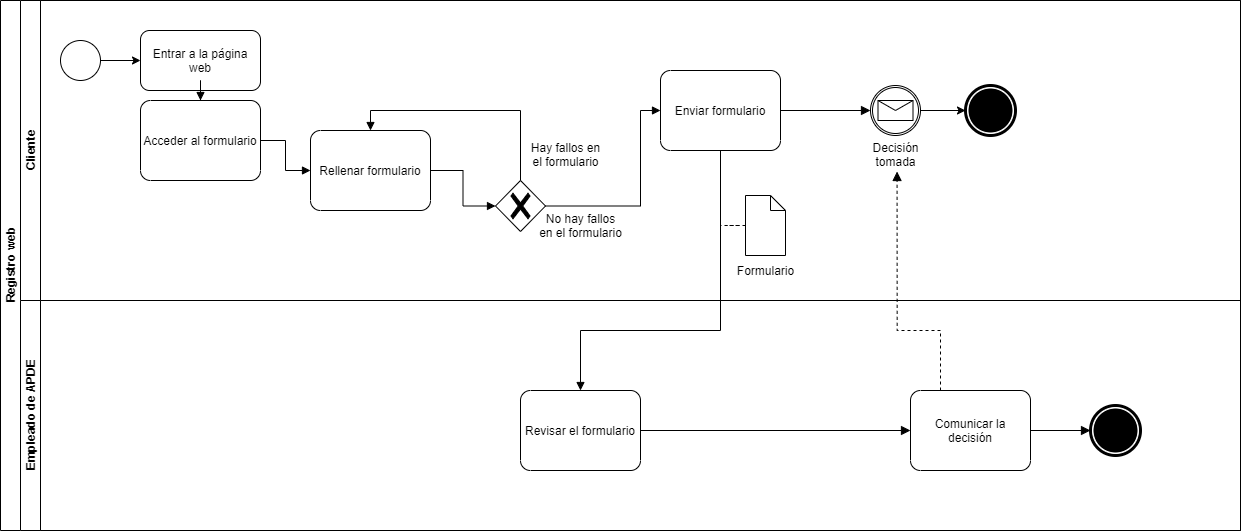
TheNeoStormZ/super-REMORY keeps this draw.io diagram as Proyecto en REM/image/servicio_registro_web.png. Above is the earlier version. Source tidied: cells renumbered, new cells last; positions are measured from the earlier drawing's top-left corner, leaving out a move shared by most shapes. Its diagram source:
```xml
<mxGraphModel>
  <root>
    <mxCell id="0" />
    <mxCell id="1" parent="0" />
    <mxCell id="2" value="Registro web" style="swimlane;html=1;horizontal=0;startSize=20;" parent="1" vertex="1">
      <mxGeometry width="1240" height="530" as="geometry" />
    </mxCell>
    <mxCell id="3" value="Cliente" style="swimlane;html=1;startSize=20;horizontal=0;" parent="2" vertex="1">
      <mxGeometry x="20" width="1220" height="300" as="geometry" />
    </mxCell>
    <mxCell id="4" style="edgeStyle=orthogonalEdgeStyle;rounded=0;jettySize=auto;html=1;" parent="3" edge="1" source="5">
      <mxGeometry relative="1" as="geometry">
        <mxPoint x="120" y="60" as="targetPoint" />
      </mxGeometry>
    </mxCell>
    <mxCell id="5" style="ellipse;whiteSpace=wrap;html=1;" parent="3" vertex="1">
      <mxGeometry x="40" y="40" width="40" height="40" as="geometry" />
    </mxCell>
    <mxCell id="6" value="Entrar a la página web" style="rounded=1;whiteSpace=wrap;html=1;" parent="3" vertex="1">
      <mxGeometry x="120" y="30" width="120" height="60" as="geometry" />
    </mxCell>
    <mxCell id="7" value="Rellenar formulario" style="points=[[0.25,0,0],[0.5,0,0],[0.75,0,0],[1,0.25,0],[1,0.5,0],[1,0.75,0],[0.75,1,0],[0.5,1,0],[0.25,1,0],[0,0.75,0],[0,0.5,0],[0,0.25,0]];shape=mxgraph.bpmn.task;whiteSpace=wrap;rectStyle=rounded;size=10;taskMarker=abstract;" parent="3" vertex="1">
      <mxGeometry x="290" y="130" width="120" height="80" as="geometry" />
    </mxCell>
    <mxCell id="8" style="edgeStyle=orthogonalEdgeStyle;rounded=0;jettySize=auto;html=1;startArrow=none;startFill=0;endArrow=block;endFill=1;startSize=2;endSize=7;" parent="3" edge="1" source="9" target="17">
      <mxGeometry relative="1" as="geometry" />
    </mxCell>
    <mxCell id="9" value="Enviar formulario" style="points=[[0.25,0,0],[0.5,0,0],[0.75,0,0],[1,0.25,0],[1,0.5,0],[1,0.75,0],[0.75,1,0],[0.5,1,0],[0.25,1,0],[0,0.75,0],[0,0.5,0],[0,0.25,0]];shape=mxgraph.bpmn.task;whiteSpace=wrap;rectStyle=rounded;size=10;taskMarker=abstract;" parent="3" vertex="1">
      <mxGeometry x="640" y="70" width="120" height="80" as="geometry" />
    </mxCell>
    <mxCell id="10" style="edgeStyle=orthogonalEdgeStyle;rounded=0;jettySize=auto;html=1;endArrow=block;endFill=1;entryX=0;entryY=0.5;entryDx=0;entryDy=0;entryPerimeter=0;" parent="3" edge="1" source="7" target="12">
      <mxGeometry relative="1" as="geometry" />
    </mxCell>
    <mxCell id="11" style="edgeStyle=orthogonalEdgeStyle;rounded=0;jettySize=auto;html=1;entryX=0;entryY=0.5;entryDx=0;entryDy=0;entryPerimeter=0;endArrow=block;endFill=1;" parent="3" edge="1" source="12" target="9">
      <mxGeometry relative="1" as="geometry">
        <Array as="points">
          <mxPoint x="620" y="206" />
          <mxPoint x="620" y="110" />
        </Array>
      </mxGeometry>
    </mxCell>
    <mxCell id="12" style="points=[[0.25,0.25,0],[0.5,0,0],[0.75,0.25,0],[1,0.5,0],[0.75,0.75,0],[0.5,1,0],[0.25,0.75,0],[0,0.5,0]];shape=mxgraph.bpmn.gateway2;html=1;verticalLabelPosition=bottom;labelBackgroundColor=#ffffff;verticalAlign=top;align=center;perimeter=rhombusPerimeter;outlineConnect=0;outline=none;symbol=none;gwType=exclusive;" parent="3" vertex="1">
      <mxGeometry x="475" y="180" width="50" height="51" as="geometry" />
    </mxCell>
    <mxCell id="13" style="edgeStyle=orthogonalEdgeStyle;rounded=0;jettySize=auto;html=1;endArrow=none;endFill=0;startArrow=block;startFill=1;entryX=0.5;entryY=0;entryDx=0;entryDy=0;entryPerimeter=0;exitX=0.5;exitY=0;exitDx=0;exitDy=0;exitPerimeter=0;" parent="3" edge="1" source="7" target="12">
      <mxGeometry relative="1" as="geometry" />
    </mxCell>
    <mxCell id="14" value="No hay fallos&lt;br&gt;en el formulario" style="text;html=1;align=center;verticalAlign=middle;strokeColor=none;fillColor=none;" parent="3" vertex="1">
      <mxGeometry x="510" y="210" width="100" height="30" as="geometry" />
    </mxCell>
    <mxCell id="15" value="Hay fallos en&lt;br&gt;el formulario" style="text;html=1;align=center;verticalAlign=middle;strokeColor=none;fillColor=none;" parent="3" vertex="1">
      <mxGeometry x="500" y="139" width="90" height="30" as="geometry" />
    </mxCell>
    <mxCell id="16" value="Formulario" style="text;html=1;align=center;verticalAlign=middle;strokeColor=none;fillColor=none;" parent="3" vertex="1">
      <mxGeometry x="710" y="260" width="70" height="20" as="geometry" />
    </mxCell>
    <mxCell id="17" style="points=[[0.145,0.145,0],[0.5,0,0],[0.855,0.145,0],[1,0.5,0],[0.855,0.855,0],[0.5,1,0],[0.145,0.855,0],[0,0.5,0]];shape=mxgraph.bpmn.event;html=1;verticalLabelPosition=bottom;labelBackgroundColor=#ffffff;verticalAlign=top;align=center;perimeter=ellipsePerimeter;outlineConnect=0;outline=boundInt;symbol=message;" parent="3" vertex="1">
      <mxGeometry x="850" y="85" width="50" height="50" as="geometry" />
    </mxCell>
    <mxCell id="18" value="Decisión&lt;br&gt;tomada" style="text;html=1;align=center;verticalAlign=middle;points=[];strokeColor=none;fillColor=none;" parent="3" vertex="1">
      <mxGeometry x="845" y="139" width="60" height="30" as="geometry" />
    </mxCell>
    <mxCell id="19" style="points=[[0.145,0.145,0],[0.5,0,0],[0.855,0.145,0],[1,0.5,0],[0.855,0.855,0],[0.5,1,0],[0.145,0.855,0],[0,0.5,0]];shape=mxgraph.bpmn.event;html=1;verticalLabelPosition=bottom;labelBackgroundColor=#ffffff;verticalAlign=top;align=center;perimeter=ellipsePerimeter;outlineConnect=0;outline=end;symbol=terminate;" parent="3" vertex="1">
      <mxGeometry x="945" y="85" width="50" height="50" as="geometry" />
    </mxCell>
    <mxCell id="20" style="edgeStyle=orthogonalEdgeStyle;rounded=0;jettySize=auto;html=1;startArrow=none;startFill=0;endArrow=classic;endFill=1;" parent="3" edge="1" source="17" target="19">
      <mxGeometry relative="1" as="geometry" />
    </mxCell>
    <mxCell id="21" style="shape=mxgraph.bpmn.data;labelPosition=center;verticalLabelPosition=bottom;align=center;verticalAlign=top;whiteSpace=wrap;size=15;html=1;" parent="3" vertex="1">
      <mxGeometry x="725" y="195" width="40" height="60" as="geometry" />
    </mxCell>
    <mxCell id="22" style="edgeStyle=orthogonalEdgeStyle;rounded=0;jettySize=auto;html=1;startArrow=none;startFill=0;endArrow=block;endFill=1;startSize=2;endSize=7;entryX=0.526;entryY=1.067;entryDx=0;entryDy=0;entryPerimeter=0;dashed=1;exitX=0.5;exitY=0;exitDx=0;exitDy=0;exitPerimeter=0;" parent="2" edge="1" source="26" target="18">
      <mxGeometry relative="1" as="geometry">
        <Array as="points">
          <mxPoint x="940" y="330" />
          <mxPoint x="897" y="330" />
        </Array>
      </mxGeometry>
    </mxCell>
    <mxCell id="23" value="Empleado de APDE" style="swimlane;html=1;startSize=20;horizontal=0;" parent="2" vertex="1">
      <mxGeometry x="20" y="300" width="1220" height="230" as="geometry" />
    </mxCell>
    <mxCell id="24" style="edgeStyle=orthogonalEdgeStyle;rounded=0;jettySize=auto;html=1;entryX=0;entryY=0.5;entryDx=0;entryDy=0;entryPerimeter=0;startArrow=none;startFill=0;endArrow=block;endFill=1;startSize=2;endSize=7;" parent="23" edge="1" source="25" target="26">
      <mxGeometry relative="1" as="geometry" />
    </mxCell>
    <mxCell id="25" value="Revisar el formulario" style="points=[[0.25,0,0],[0.5,0,0],[0.75,0,0],[1,0.25,0],[1,0.5,0],[1,0.75,0],[0.75,1,0],[0.5,1,0],[0.25,1,0],[0,0.75,0],[0,0.5,0],[0,0.25,0]];shape=mxgraph.bpmn.task;whiteSpace=wrap;rectStyle=rounded;size=10;taskMarker=abstract;" parent="23" vertex="1">
      <mxGeometry x="500" y="90" width="120" height="80" as="geometry" />
    </mxCell>
    <mxCell id="26" value="Comunicar la decisión" style="points=[[0.25,0,0],[0.5,0,0],[0.75,0,0],[1,0.25,0],[1,0.5,0],[1,0.75,0],[0.75,1,0],[0.5,1,0],[0.25,1,0],[0,0.75,0],[0,0.5,0],[0,0.25,0]];shape=mxgraph.bpmn.task;whiteSpace=wrap;rectStyle=rounded;size=10;taskMarker=abstract;" parent="23" vertex="1">
      <mxGeometry x="890" y="90" width="120" height="80" as="geometry" />
    </mxCell>
    <mxCell id="27" style="points=[[0.145,0.145,0],[0.5,0,0],[0.855,0.145,0],[1,0.5,0],[0.855,0.855,0],[0.5,1,0],[0.145,0.855,0],[0,0.5,0]];shape=mxgraph.bpmn.event;html=1;verticalLabelPosition=bottom;labelBackgroundColor=#ffffff;verticalAlign=top;align=center;perimeter=ellipsePerimeter;outlineConnect=0;outline=end;symbol=terminate;" parent="23" vertex="1">
      <mxGeometry x="1070" y="105" width="50" height="50" as="geometry" />
    </mxCell>
    <mxCell id="28" style="edgeStyle=orthogonalEdgeStyle;rounded=0;jettySize=auto;html=1;startArrow=none;startFill=0;endArrow=block;endFill=1;startSize=2;endSize=7;entryX=0;entryY=0.5;entryDx=0;entryDy=0;entryPerimeter=0;" parent="23" edge="1" source="26" target="27">
      <mxGeometry relative="1" as="geometry" />
    </mxCell>
    <mxCell id="29" style="edgeStyle=orthogonalEdgeStyle;rounded=0;jettySize=auto;html=1;entryX=0.5;entryY=0;entryDx=0;entryDy=0;entryPerimeter=0;endArrow=block;endFill=1;" parent="2" edge="1" source="9" target="25">
      <mxGeometry relative="1" as="geometry">
        <Array as="points">
          <mxPoint x="720" y="330" />
          <mxPoint x="580" y="330" />
        </Array>
      </mxGeometry>
    </mxCell>
    <mxCell id="30" style="edgeStyle=orthogonalEdgeStyle;rounded=0;jettySize=auto;html=1;endArrow=block;endFill=1;" parent="1" edge="1" source="6" target="32">
      <mxGeometry relative="1" as="geometry" />
    </mxCell>
    <mxCell id="31" style="edgeStyle=orthogonalEdgeStyle;rounded=0;jettySize=auto;html=1;endArrow=block;endFill=1;" parent="1" edge="1" source="32" target="7">
      <mxGeometry relative="1" as="geometry" />
    </mxCell>
    <mxCell id="32" value="Acceder al formulario" style="points=[[0.25,0,0],[0.5,0,0],[0.75,0,0],[1,0.25,0],[1,0.5,0],[1,0.75,0],[0.75,1,0],[0.5,1,0],[0.25,1,0],[0,0.75,0],[0,0.5,0],[0,0.25,0]];shape=mxgraph.bpmn.task;whiteSpace=wrap;rectStyle=rounded;size=10;taskMarker=abstract;" parent="1" vertex="1">
      <mxGeometry x="140" y="100" width="120" height="80" as="geometry" />
    </mxCell>
    <mxCell id="33" style="edgeStyle=orthogonalEdgeStyle;rounded=0;jettySize=auto;html=1;endArrow=none;endFill=0;dashed=1;" parent="1" edge="1" source="21">
      <mxGeometry relative="1" as="geometry">
        <mxPoint x="720" y="225" as="targetPoint" />
      </mxGeometry>
    </mxCell>
  </root>
</mxGraphModel>
```
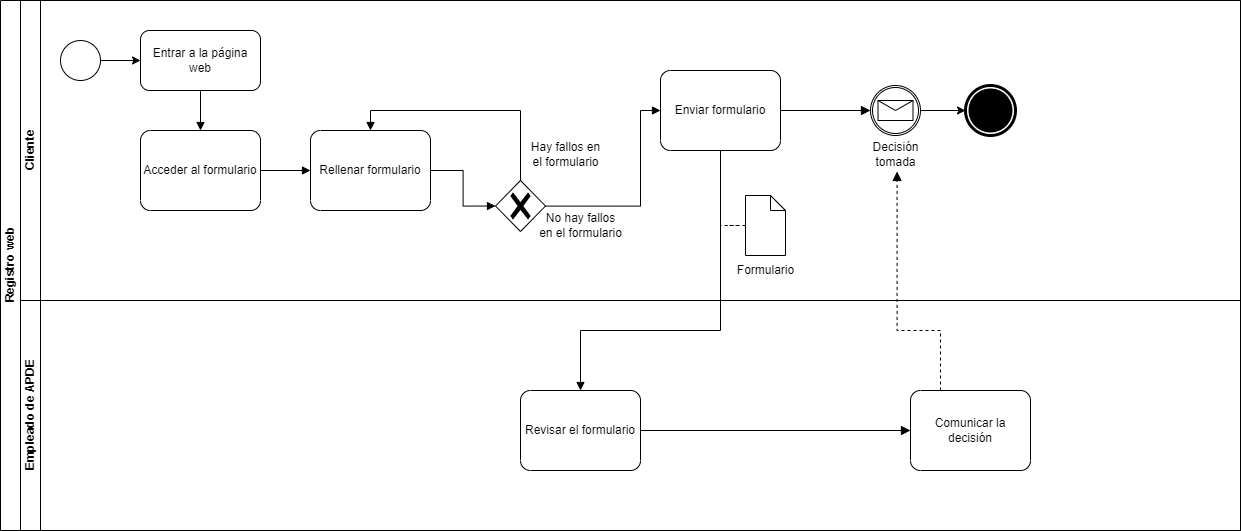
The same file after the commit.

The edit, as a diff of the source:
```diff
@@ -8,11 +8,11 @@
     <mxCell id="3" value="Cliente" style="swimlane;html=1;startSize=20;horizontal=0;" parent="2" vertex="1">
       <mxGeometry x="20" width="1220" height="300" as="geometry" />
     </mxCell>
-    <mxCell id="4" style="edgeStyle=orthogonalEdgeStyle;rounded=0;jettySize=auto;html=1;" parent="3" edge="1" source="5">
-      <mxGeometry relative="1" as="geometry">
-        <mxPoint x="120" y="60" as="targetPoint" />
-      </mxGeometry>
-    </mxCell>
+    <mxCell id="34" style="edgeStyle=orthogonalEdgeStyle;rounded=0;jettySize=auto;html=1;" parent="3" edge="1" source="5">
+      <mxGeometry relative="1" as="geometry">
+        <mxPoint x="120" y="60" as="targetPoint" />
+      </mxGeometry>
+    </mxCell>
     <mxCell id="5" style="ellipse;whiteSpace=wrap;html=1;" parent="3" vertex="1">
       <mxGeometry x="40" y="40" width="40" height="40" as="geometry" />
     </mxCell>
@@ -28,9 +28,9 @@
     <mxCell id="9" value="Enviar formulario" style="points=[[0.25,0,0],[0.5,0,0],[0.75,0,0],[1,0.25,0],[1,0.5,0],[1,0.75,0],[0.75,1,0],[0.5,1,0],[0.25,1,0],[0,0.75,0],[0,0.5,0],[0,0.25,0]];shape=mxgraph.bpmn.task;whiteSpace=wrap;rectStyle=rounded;size=10;taskMarker=abstract;" parent="3" vertex="1">
       <mxGeometry x="640" y="70" width="120" height="80" as="geometry" />
     </mxCell>
-    <mxCell id="10" style="edgeStyle=orthogonalEdgeStyle;rounded=0;jettySize=auto;html=1;endArrow=block;endFill=1;entryX=0;entryY=0.5;entryDx=0;entryDy=0;entryPerimeter=0;" parent="3" edge="1" source="7" target="12">
-      <mxGeometry relative="1" as="geometry" />
-    </mxCell>
+    <mxCell id="35" style="edgeStyle=orthogonalEdgeStyle;rounded=0;jettySize=auto;html=1;endArrow=block;endFill=1;entryX=0;entryY=0.5;entryDx=0;entryDy=0;entryPerimeter=0;" parent="3" edge="1" source="7" target="12">
+      <mxGeometry relative="1" as="geometry" />
+    </mxCell>
     <mxCell id="11" style="edgeStyle=orthogonalEdgeStyle;rounded=0;jettySize=auto;html=1;entryX=0;entryY=0.5;entryDx=0;entryDy=0;entryPerimeter=0;endArrow=block;endFill=1;" parent="3" edge="1" source="12" target="9">
       <mxGeometry relative="1" as="geometry">
         <Array as="points">
@@ -42,9 +42,9 @@
     <mxCell id="12" style="points=[[0.25,0.25,0],[0.5,0,0],[0.75,0.25,0],[1,0.5,0],[0.75,0.75,0],[0.5,1,0],[0.25,0.75,0],[0,0.5,0]];shape=mxgraph.bpmn.gateway2;html=1;verticalLabelPosition=bottom;labelBackgroundColor=#ffffff;verticalAlign=top;align=center;perimeter=rhombusPerimeter;outlineConnect=0;outline=none;symbol=none;gwType=exclusive;" parent="3" vertex="1">
       <mxGeometry x="475" y="180" width="50" height="51" as="geometry" />
     </mxCell>
-    <mxCell id="13" style="edgeStyle=orthogonalEdgeStyle;rounded=0;jettySize=auto;html=1;endArrow=none;endFill=0;startArrow=block;startFill=1;entryX=0.5;entryY=0;entryDx=0;entryDy=0;entryPerimeter=0;exitX=0.5;exitY=0;exitDx=0;exitDy=0;exitPerimeter=0;" parent="3" edge="1" source="7" target="12">
-      <mxGeometry relative="1" as="geometry" />
-    </mxCell>
+    <mxCell id="36" style="edgeStyle=orthogonalEdgeStyle;rounded=0;jettySize=auto;html=1;endArrow=none;endFill=0;startArrow=block;startFill=1;entryX=0.5;entryY=0;entryDx=0;entryDy=0;entryPerimeter=0;exitX=0.5;exitY=0;exitDx=0;exitDy=0;exitPerimeter=0;" parent="3" edge="1" source="7" target="12">
+      <mxGeometry relative="1" as="geometry" />
+    </mxCell>
     <mxCell id="14" value="No hay fallos&lt;br&gt;en el formulario" style="text;html=1;align=center;verticalAlign=middle;strokeColor=none;fillColor=none;" parent="3" vertex="1">
       <mxGeometry x="510" y="210" width="100" height="30" as="geometry" />
     </mxCell>
@@ -69,6 +69,15 @@
     <mxCell id="21" style="shape=mxgraph.bpmn.data;labelPosition=center;verticalLabelPosition=bottom;align=center;verticalAlign=top;whiteSpace=wrap;size=15;html=1;" parent="3" vertex="1">
       <mxGeometry x="725" y="195" width="40" height="60" as="geometry" />
     </mxCell>
+    <mxCell id="32" value="Acceder al formulario" style="points=[[0.25,0,0],[0.5,0,0],[0.75,0,0],[1,0.25,0],[1,0.5,0],[1,0.75,0],[0.75,1,0],[0.5,1,0],[0.25,1,0],[0,0.75,0],[0,0.5,0],[0,0.25,0]];shape=mxgraph.bpmn.task;whiteSpace=wrap;rectStyle=rounded;size=10;taskMarker=abstract;" parent="3" vertex="1">
+      <mxGeometry x="120" y="130" width="120" height="80" as="geometry" />
+    </mxCell>
+    <mxCell id="30" style="edgeStyle=orthogonalEdgeStyle;rounded=0;jettySize=auto;html=1;endArrow=block;endFill=1;" parent="3" edge="1" source="6" target="32">
+      <mxGeometry relative="1" as="geometry" />
+    </mxCell>
+    <mxCell id="31" style="edgeStyle=orthogonalEdgeStyle;rounded=0;jettySize=auto;html=1;endArrow=block;endFill=1;" parent="3" edge="1" source="32" target="7">
+      <mxGeometry relative="1" as="geometry" />
+    </mxCell>
     <mxCell id="22" style="edgeStyle=orthogonalEdgeStyle;rounded=0;jettySize=auto;html=1;startArrow=none;startFill=0;endArrow=block;endFill=1;startSize=2;endSize=7;entryX=0.526;entryY=1.067;entryDx=0;entryDy=0;entryPerimeter=0;dashed=1;exitX=0.5;exitY=0;exitDx=0;exitDy=0;exitPerimeter=0;" parent="2" edge="1" source="26" target="18">
       <mxGeometry relative="1" as="geometry">
         <Array as="points">
@@ -89,12 +98,6 @@
     <mxCell id="26" value="Comunicar la decisión" style="points=[[0.25,0,0],[0.5,0,0],[0.75,0,0],[1,0.25,0],[1,0.5,0],[1,0.75,0],[0.75,1,0],[0.5,1,0],[0.25,1,0],[0,0.75,0],[0,0.5,0],[0,0.25,0]];shape=mxgraph.bpmn.task;whiteSpace=wrap;rectStyle=rounded;size=10;taskMarker=abstract;" parent="23" vertex="1">
       <mxGeometry x="890" y="90" width="120" height="80" as="geometry" />
     </mxCell>
-    <mxCell id="27" style="points=[[0.145,0.145,0],[0.5,0,0],[0.855,0.145,0],[1,0.5,0],[0.855,0.855,0],[0.5,1,0],[0.145,0.855,0],[0,0.5,0]];shape=mxgraph.bpmn.event;html=1;verticalLabelPosition=bottom;labelBackgroundColor=#ffffff;verticalAlign=top;align=center;perimeter=ellipsePerimeter;outlineConnect=0;outline=end;symbol=terminate;" parent="23" vertex="1">
-      <mxGeometry x="1070" y="105" width="50" height="50" as="geometry" />
-    </mxCell>
-    <mxCell id="28" style="edgeStyle=orthogonalEdgeStyle;rounded=0;jettySize=auto;html=1;startArrow=none;startFill=0;endArrow=block;endFill=1;startSize=2;endSize=7;entryX=0;entryY=0.5;entryDx=0;entryDy=0;entryPerimeter=0;" parent="23" edge="1" source="26" target="27">
-      <mxGeometry relative="1" as="geometry" />
-    </mxCell>
     <mxCell id="29" style="edgeStyle=orthogonalEdgeStyle;rounded=0;jettySize=auto;html=1;entryX=0.5;entryY=0;entryDx=0;entryDy=0;entryPerimeter=0;endArrow=block;endFill=1;" parent="2" edge="1" source="9" target="25">
       <mxGeometry relative="1" as="geometry">
         <Array as="points">
@@ -103,19 +106,10 @@
         </Array>
       </mxGeometry>
     </mxCell>
-    <mxCell id="30" style="edgeStyle=orthogonalEdgeStyle;rounded=0;jettySize=auto;html=1;endArrow=block;endFill=1;" parent="1" edge="1" source="6" target="32">
-      <mxGeometry relative="1" as="geometry" />
-    </mxCell>
-    <mxCell id="31" style="edgeStyle=orthogonalEdgeStyle;rounded=0;jettySize=auto;html=1;endArrow=block;endFill=1;" parent="1" edge="1" source="32" target="7">
-      <mxGeometry relative="1" as="geometry" />
-    </mxCell>
-    <mxCell id="32" value="Acceder al formulario" style="points=[[0.25,0,0],[0.5,0,0],[0.75,0,0],[1,0.25,0],[1,0.5,0],[1,0.75,0],[0.75,1,0],[0.5,1,0],[0.25,1,0],[0,0.75,0],[0,0.5,0],[0,0.25,0]];shape=mxgraph.bpmn.task;whiteSpace=wrap;rectStyle=rounded;size=10;taskMarker=abstract;" parent="1" vertex="1">
-      <mxGeometry x="140" y="100" width="120" height="80" as="geometry" />
-    </mxCell>
-    <mxCell id="33" style="edgeStyle=orthogonalEdgeStyle;rounded=0;jettySize=auto;html=1;endArrow=none;endFill=0;dashed=1;" parent="1" edge="1" source="21">
-      <mxGeometry relative="1" as="geometry">
-        <mxPoint x="720" y="225" as="targetPoint" />
-      </mxGeometry>
-    </mxCell>
+    <mxCell id="37" style="edgeStyle=orthogonalEdgeStyle;rounded=0;jettySize=auto;html=1;endArrow=none;endFill=0;dashed=1;" parent="1" edge="1" source="21">
+      <mxGeometry relative="1" as="geometry">
+        <mxPoint x="720" y="225" as="targetPoint" />
+      </mxGeometry>
+    </mxCell>
   </root>
 </mxGraphModel>
```
